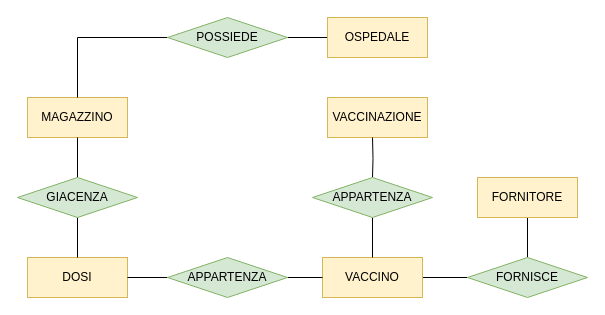
The draw.io diagram report/Diagrammi E-R/3.drawio in luigi-borriello00/Vaccinations-Tracker, before the edit. Source tidied: cells renumbered, new cells numbered last; positions are measured from the earlier drawing's top-left corner, leaving out a move shared by most shapes. Both pictures are drawn from the tidied source at 100%, with x=0, y=0 at pixel (17, 17).
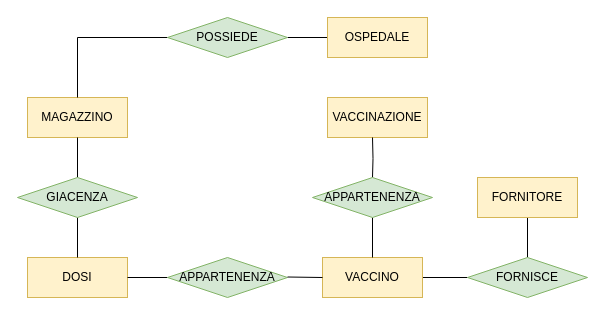
Above is the later version.

Unchanged cells that the change refers to:
```xml
<mxCell id="7" value="&lt;font style=&quot;font-size: 12px&quot;&gt;VACCINO&lt;/font&gt;" style="whiteSpace=wrap;html=1;align=center;fontSize=9;fillColor=#fff2cc;strokeColor=#d6b656;" parent="1" vertex="1">
  <mxGeometry x="305" y="240" width="100" height="40" as="geometry" />
</mxCell>
```

What changed in the source:
```diff
@@
-    <mxCell id="13" value="APPARTENZA" style="shape=rhombus;perimeter=rhombusPerimeter;whiteSpace=wrap;html=1;align=center;fillColor=#d5e8d4;strokeColor=#82b366;" parent="1" vertex="1">
+    <mxCell id="13" value="APPARTENENZA" style="shape=rhombus;perimeter=rhombusPerimeter;whiteSpace=wrap;html=1;align=center;fillColor=#d5e8d4;strokeColor=#82b366;" parent="1" vertex="1">
       <mxGeometry x="295" y="160" width="120" height="40" as="geometry" />
     </mxCell>
@@
-    <mxCell id="16" style="edgeStyle=orthogonalEdgeStyle;rounded=0;jettySize=auto;html=1;endArrow=none;endFill=0;" parent="1" edge="1" source="17" target="7">
-      <mxGeometry relative="1" as="geometry" />
-    </mxCell>
-    <mxCell id="17" value="APPARTENZA" style="shape=rhombus;perimeter=rhombusPerimeter;whiteSpace=wrap;html=1;align=center;fillColor=#d5e8d4;strokeColor=#82b366;" parent="1" vertex="1">
+    <mxCell id="17" value="APPARTENENZA" style="shape=rhombus;perimeter=rhombusPerimeter;whiteSpace=wrap;html=1;align=center;fillColor=#d5e8d4;strokeColor=#82b366;" parent="1" vertex="1">
       <mxGeometry x="150" y="240" width="120" height="40" as="geometry" />
     </mxCell>
@@
+    <mxCell id="23" style="endArrow=none;html=1;entryX=0;entryY=0.5;entryDx=0;entryDy=0;" parent="1" edge="1" target="7">
+      <mxGeometry relative="1" as="geometry">
+        <mxPoint x="270" y="259.5" as="sourcePoint" />
+      </mxGeometry>
+    </mxCell>
```
